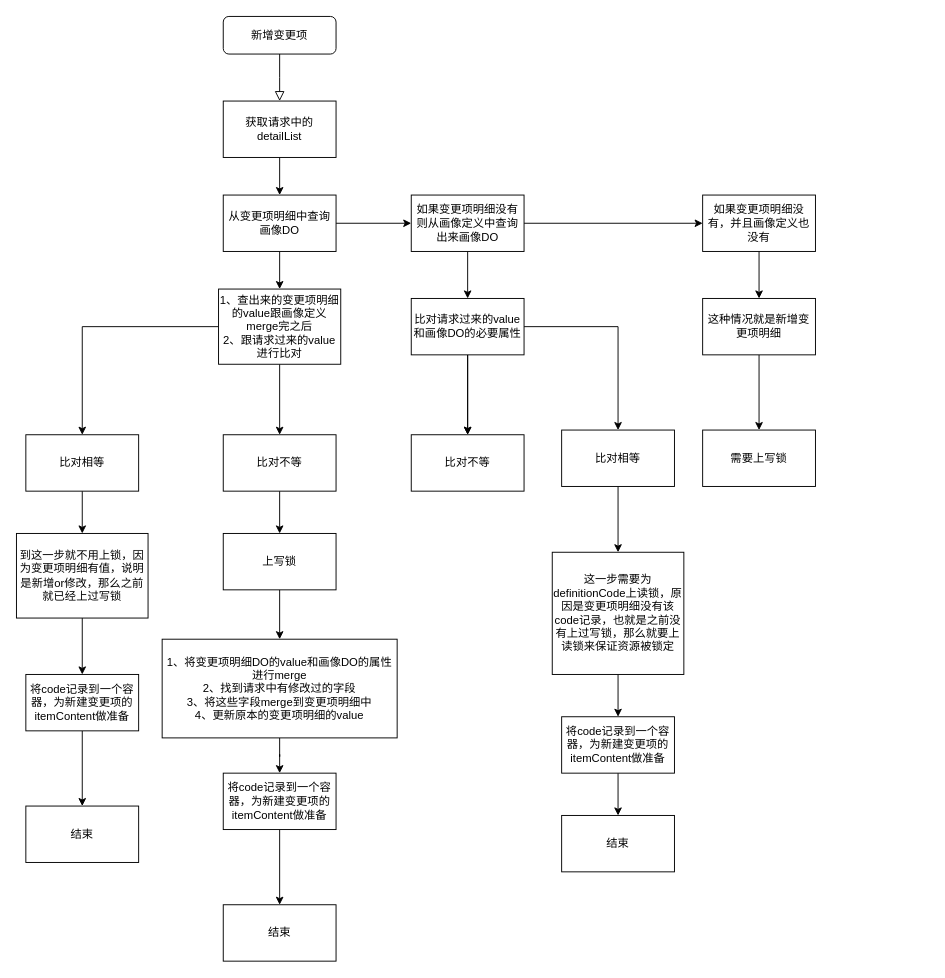
The draw.io diagram Untitled Diagram.drawio in JJazin/abc, before the edit. Source tidied: cells renumbered, new cells numbered last; positions are measured from the earlier drawing's top-left corner, leaving out a move shared by most shapes. Both pictures are drawn from the tidied source at 94%, with x=0, y=0 at pixel (16, 16).
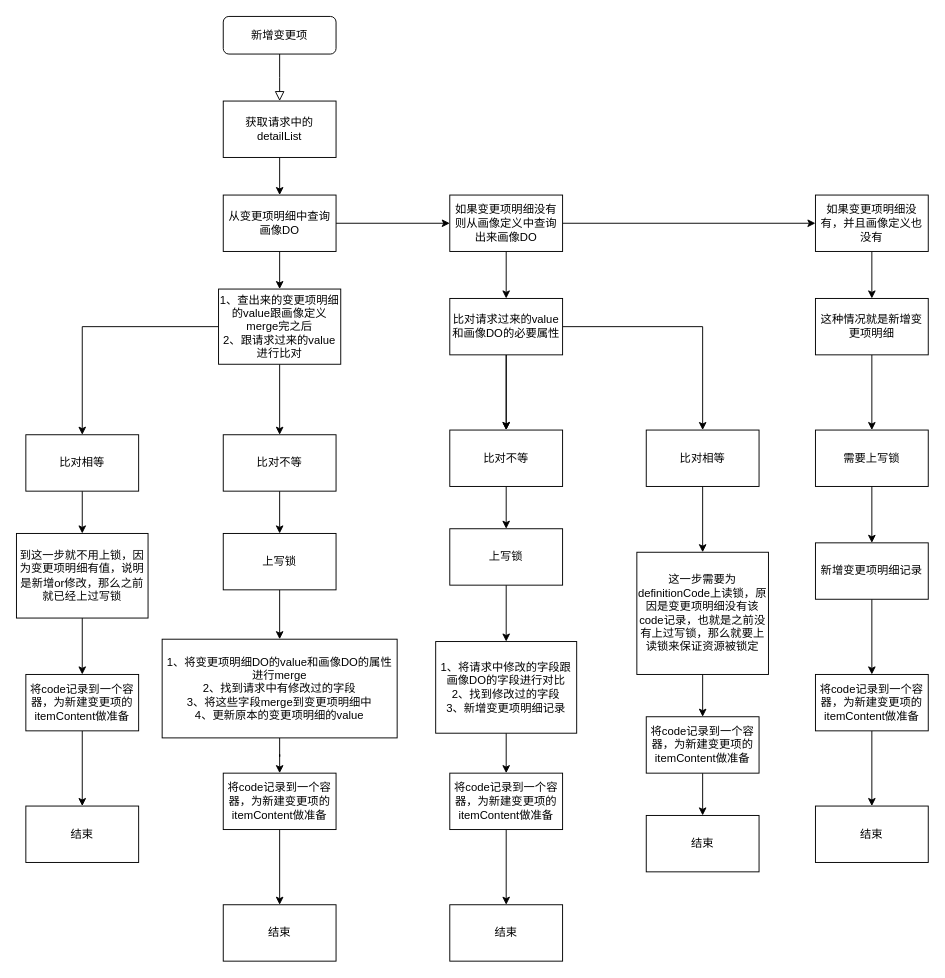
The same page after the edit.

Change to the diagram source:
```diff
@@
     <mxCell id="11" value="如果变更项明细没有则从画像定义中查询出来画像DO" style="whiteSpace=wrap;html=1;rounded=0;" parent="1" vertex="1">
-      <mxGeometry x="420" y="190" width="120" height="60" as="geometry" />
+      <mxGeometry x="461" y="190" width="120" height="60" as="geometry" />
     </mxCell>
@@
     <mxCell id="18" value="比对请求过来的value和画像DO的必要属性" style="whiteSpace=wrap;html=1;rounded=0;" parent="1" vertex="1">
-      <mxGeometry x="420" y="300" width="120" height="60" as="geometry" />
+      <mxGeometry x="461" y="300" width="120" height="60" as="geometry" />
     </mxCell>
@@
     <mxCell id="20" value="如果变更项明细没有，并且画像定义也没有" style="whiteSpace=wrap;html=1;rounded=0;" parent="1" vertex="1">
-      <mxGeometry x="730" y="190" width="120" height="60" as="geometry" />
+      <mxGeometry x="850" y="190" width="120" height="60" as="geometry" />
     </mxCell>
@@
     <mxCell id="22" value="这种情况就是新增变更项明细" style="whiteSpace=wrap;html=1;rounded=0;" parent="1" vertex="1">
-      <mxGeometry x="730" y="300" width="120" height="60" as="geometry" />
+      <mxGeometry x="850" y="300" width="120" height="60" as="geometry" />
     </mxCell>
@@
+    <mxCell id="48" style="edgeStyle=orthogonalEdgeStyle;rounded=0;jettySize=auto;html=1;" parent="1" edge="1" source="27" target="51">
+      <mxGeometry relative="1" as="geometry" />
+    </mxCell>
     <mxCell id="27" value="比对不等" style="whiteSpace=wrap;html=1;rounded=0;" parent="1" vertex="1">
-      <mxGeometry x="420" y="445" width="120" height="60" as="geometry" />
+      <mxGeometry x="461" y="440" width="120" height="60" as="geometry" />
     </mxCell>
@@
     <mxCell id="29" value="比对相等" style="whiteSpace=wrap;html=1;rounded=0;" parent="1" vertex="1">
-      <mxGeometry x="580" y="440" width="120" height="60" as="geometry" />
+      <mxGeometry x="670" y="440" width="120" height="60" as="geometry" />
     </mxCell>
@@
     <mxCell id="33" value="这一步需要为definitionCode上读锁，原因是变更项明细没有该code记录，也就是之前没有上过写锁，那么就要上读锁来保证资源被锁定" style="whiteSpace=wrap;html=1;rounded=0;" parent="1" vertex="1">
-      <mxGeometry x="570" y="570" width="140" height="130" as="geometry" />
+      <mxGeometry x="660" y="570" width="140" height="130" as="geometry" />
     </mxCell>
+    <mxCell id="49" style="edgeStyle=orthogonalEdgeStyle;rounded=0;jettySize=auto;html=1;" parent="1" edge="1" source="34" target="58">
+      <mxGeometry relative="1" as="geometry" />
+    </mxCell>
     <mxCell id="34" value="需要上写锁" style="whiteSpace=wrap;html=1;rounded=0;" parent="1" vertex="1">
-      <mxGeometry x="730" y="440" width="120" height="60" as="geometry" />
+      <mxGeometry x="850" y="440" width="120" height="60" as="geometry" />
     </mxCell>
@@
     <mxCell id="46" value="&lt;span&gt;将code记录到一个容器，为新建变更项的itemContent做准备&lt;/span&gt;" style="whiteSpace=wrap;html=1;rounded=0;" parent="1" vertex="1">
-      <mxGeometry x="580" y="745" width="120" height="60" as="geometry" />
+      <mxGeometry x="670" y="745" width="120" height="60" as="geometry" />
     </mxCell>
     <mxCell id="47" value="结束" style="whiteSpace=wrap;html=1;rounded=0;" parent="1" vertex="1">
-      <mxGeometry x="580" y="850" width="120" height="60" as="geometry" />
+      <mxGeometry x="670" y="850" width="120" height="60" as="geometry" />
     </mxCell>
+    <mxCell id="50" style="edgeStyle=orthogonalEdgeStyle;rounded=0;jettySize=auto;html=1;" parent="1" edge="1" source="51" target="53">
+      <mxGeometry relative="1" as="geometry" />
+    </mxCell>
+    <mxCell id="51" value="上写锁" style="whiteSpace=wrap;html=1;rounded=0;" parent="1" vertex="1">
+      <mxGeometry x="461" y="545" width="120" height="60" as="geometry" />
+    </mxCell>
+    <mxCell id="52" style="edgeStyle=orthogonalEdgeStyle;rounded=0;jettySize=auto;html=1;" parent="1" edge="1" source="53" target="55">
+      <mxGeometry relative="1" as="geometry" />
+    </mxCell>
+    <mxCell id="53" value="1、将请求中修改的字段跟画像DO的字段进行对比&lt;br&gt;2、找到修改过的字段&lt;br&gt;3、新增变更项明细记录&lt;br&gt;" style="whiteSpace=wrap;html=1;rounded=0;" parent="1" vertex="1">
+      <mxGeometry x="446" y="665" width="150" height="97.5" as="geometry" />
+    </mxCell>
+    <mxCell id="54" style="edgeStyle=orthogonalEdgeStyle;rounded=0;jettySize=auto;html=1;" parent="1" edge="1" source="55" target="56">
+      <mxGeometry relative="1" as="geometry" />
+    </mxCell>
+    <mxCell id="55" value="&lt;span&gt;将code记录到一个容器，为新建变更项的itemContent做准备&lt;/span&gt;" style="whiteSpace=wrap;html=1;rounded=0;" parent="1" vertex="1">
+      <mxGeometry x="461" y="805" width="120" height="60" as="geometry" />
+    </mxCell>
+    <mxCell id="56" value="结束" style="whiteSpace=wrap;html=1;rounded=0;" parent="1" vertex="1">
+      <mxGeometry x="461" y="945" width="120" height="60" as="geometry" />
+    </mxCell>
+    <mxCell id="57" style="edgeStyle=orthogonalEdgeStyle;rounded=0;jettySize=auto;html=1;" parent="1" edge="1" source="58" target="60">
+      <mxGeometry relative="1" as="geometry" />
+    </mxCell>
+    <mxCell id="58" value="新增变更项明细记录" style="whiteSpace=wrap;html=1;rounded=0;" parent="1" vertex="1">
+      <mxGeometry x="850" y="560" width="120" height="60" as="geometry" />
+    </mxCell>
+    <mxCell id="59" style="edgeStyle=orthogonalEdgeStyle;rounded=0;jettySize=auto;html=1;" parent="1" edge="1" source="60" target="61">
+      <mxGeometry relative="1" as="geometry" />
+    </mxCell>
+    <mxCell id="60" value="&lt;span&gt;将code记录到一个容器，为新建变更项的itemContent做准备&lt;/span&gt;" style="whiteSpace=wrap;html=1;rounded=0;" parent="1" vertex="1">
+      <mxGeometry x="850" y="700" width="120" height="60" as="geometry" />
+    </mxCell>
+    <mxCell id="61" value="结束" style="whiteSpace=wrap;html=1;rounded=0;" parent="1" vertex="1">
+      <mxGeometry x="850" y="840" width="120" height="60" as="geometry" />
+    </mxCell>
```
